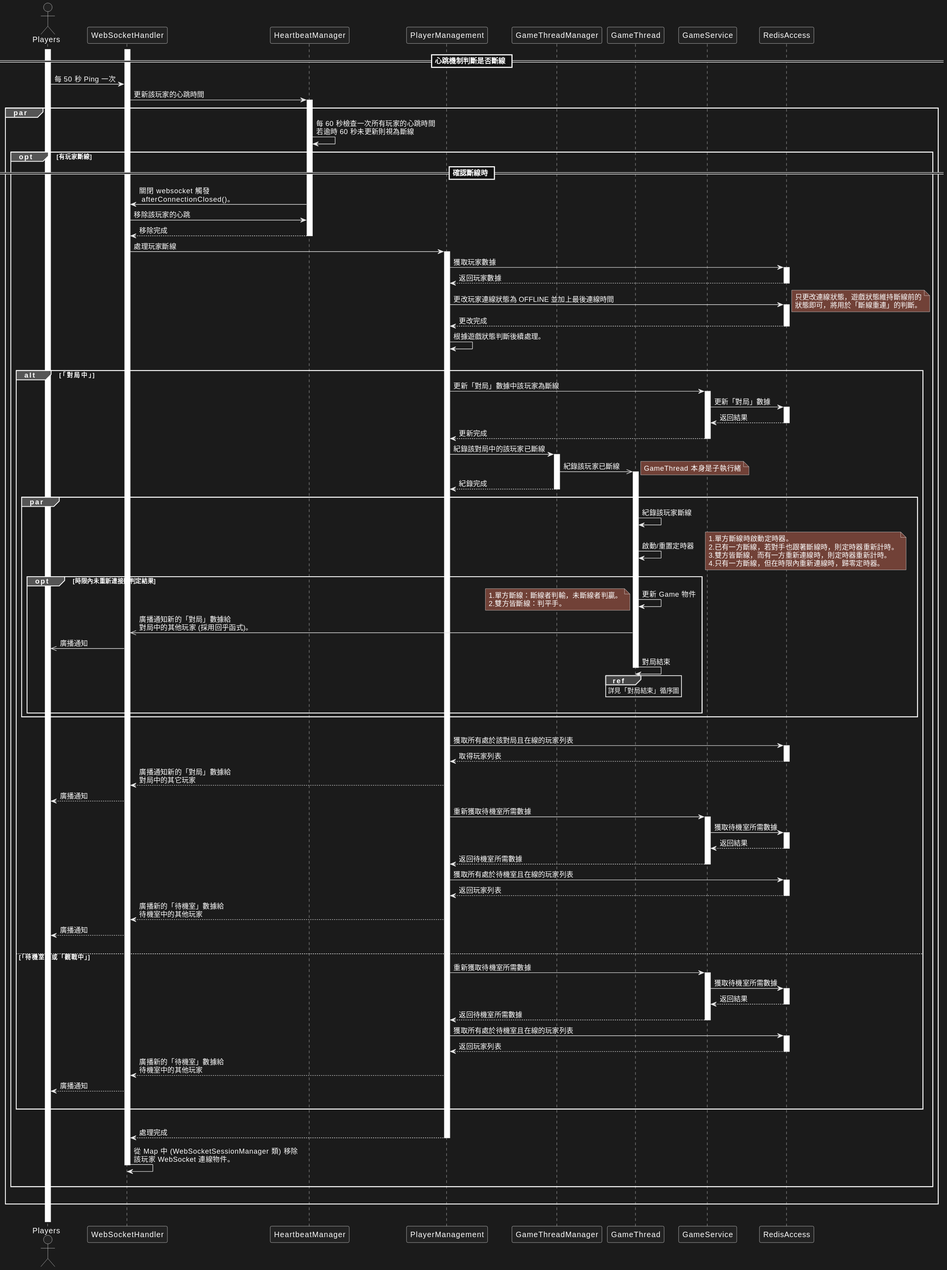
The PlantUML diagram docs/images/SequenceDiagram(8).svg in LYH-94/reversi_online, before a commit. Its diagram source:
```plantuml
@startuml

actor Players
participant "WebSocketHandler" as WebSocketHandler
participant "HeartbeatManager" as HeartbeatManager
participant "PlayerManagement" as PlayerManagement
participant "GameThreadManager" as GameThreadManager
participant "GameThread" as GameThread
participant "GameService" as GameService
participant "RedisAccess" as RedisAccess

== 心跳機制判斷是否斷線 ==
Players ++
WebSocketHandler ++
Players -> WebSocketHandler : 每 50 秒 Ping 一次
WebSocketHandler -> HeartbeatManager ++ : 更新該玩家的心跳時間

par
    HeartbeatManager -> HeartbeatManager : 每 60 秒檢查一次所有玩家的心跳時間\n若逾時 60 秒未更新則視為斷線

    opt 有玩家斷線
        == 確認斷線時 ==
        WebSocketHandler <- HeartbeatManager : 關閉 websocket 觸發\n afterConnectionClosed()。
        WebSocketHandler -> HeartbeatManager : 移除該玩家的心跳
        WebSocketHandler <-- HeartbeatManager -- : 移除完成

        WebSocketHandler -> PlayerManagement : 處理玩家斷線
        PlayerManagement ++
        PlayerManagement -> RedisAccess ++ : 獲取玩家數據
        PlayerManagement <-- RedisAccess -- : 返回玩家數據
        PlayerManagement -> RedisAccess ++ : 更改玩家連線狀態為 OFFLINE 並加上最後連線時間
        note right : 只更改連線狀態，遊戲狀態維持斷線前的\n狀態即可，將用於「斷線重連」的判斷。
        PlayerManagement <-- RedisAccess -- : 更改完成

        PlayerManagement -> PlayerManagement : 根據遊戲狀態判斷後續處理。

        |||
        alt 「對局中」
            PlayerManagement -> GameService ++ : 更新「對局」數據中該玩家為斷線
            GameService -> RedisAccess ++ : 更新「對局」數據
            GameService <-- RedisAccess -- : 返回結果
            PlayerManagement <-- GameService -- : 更新完成

            PlayerManagement -> GameThreadManager ++ : 紀錄該對局中的該玩家已斷線
            GameThreadManager ->> GameThread ++ : 紀錄該玩家已斷線
            note right : GameThread 本身是子執行緒
            PlayerManagement <-- GameThreadManager -- : 紀錄完成
            par
                GameThread -> GameThread : 紀錄該玩家斷線
                GameThread -> GameThread : 啟動/重置定時器
                note right : 1.單方斷線時啟動定時器。\n2.已有一方斷線，若對手也跟著斷線時，則定時器重新計時。\n3.雙方皆斷線，而有一方重新連線時，則定時器重新計時。\n4.只有一方斷線，但在時限內重新連線時，歸零定時器。

                opt 時限內未重新連接則判定結果
                    GameThread -> GameThread : 更新 Game 物件
                    note left : 1.單方斷線：斷線者判輸，未斷線者判贏。\n2.雙方皆斷線：判平手。

                    GameThread ->> WebSocketHandler : 廣播通知新的「對局」數據給\n對局中的其他玩家 (採用回乎函式)。
                    WebSocketHandler  ->> Players : 廣播通知
                    GameThread -> GameThread -- : 對局結束
                    ref over GameThread : 詳見「對局結束」循序圖
                |||
                end
            end
            |||

            PlayerManagement -> RedisAccess ++ : 獲取所有處於該對局且在線的玩家列表
            PlayerManagement <-- RedisAccess -- : 取得玩家列表
            PlayerManagement --> WebSocketHandler : 廣播通知新的「對局」數據給\n對局中的其它玩家
            WebSocketHandler --> Players : 廣播通知

            PlayerManagement -> GameService ++ : 重新獲取待機室所需數據
            GameService -> RedisAccess ++ : 獲取待機室所需數據
            GameService <-- RedisAccess -- : 返回結果
            PlayerManagement <-- GameService -- : 返回待機室所需數據
            PlayerManagement -> RedisAccess ++ : 獲取所有處於待機室且在線的玩家列表
            PlayerManagement <-- RedisAccess -- : 返回玩家列表
            PlayerManagement --> WebSocketHandler : 廣播新的「待機室」數據給\n待機室中的其他玩家
            WebSocketHandler --> Players : 廣播通知
            |||
        else 「待機室」或「觀戰中」
            PlayerManagement -> GameService ++ : 重新獲取待機室所需數據
            GameService -> RedisAccess ++ : 獲取待機室所需數據
            GameService <-- RedisAccess -- : 返回結果
            PlayerManagement <-- GameService -- : 返回待機室所需數據
            PlayerManagement -> RedisAccess ++ : 獲取所有處於待機室且在線的玩家列表
            PlayerManagement <-- RedisAccess -- : 返回玩家列表
            PlayerManagement --> WebSocketHandler : 廣播新的「待機室」數據給\n待機室中的其他玩家
            WebSocketHandler --> Players : 廣播通知
            |||
        end
        |||
        WebSocketHandler <-- PlayerManagement -- : 處理完成
        WebSocketHandler -> WebSocketHandler -- : 從 Map 中 (WebSocketSessionManager 類) 移除\n該玩家 WebSocket 連線物件。
        |||
    end
    |||
end
|||
@enduml
```
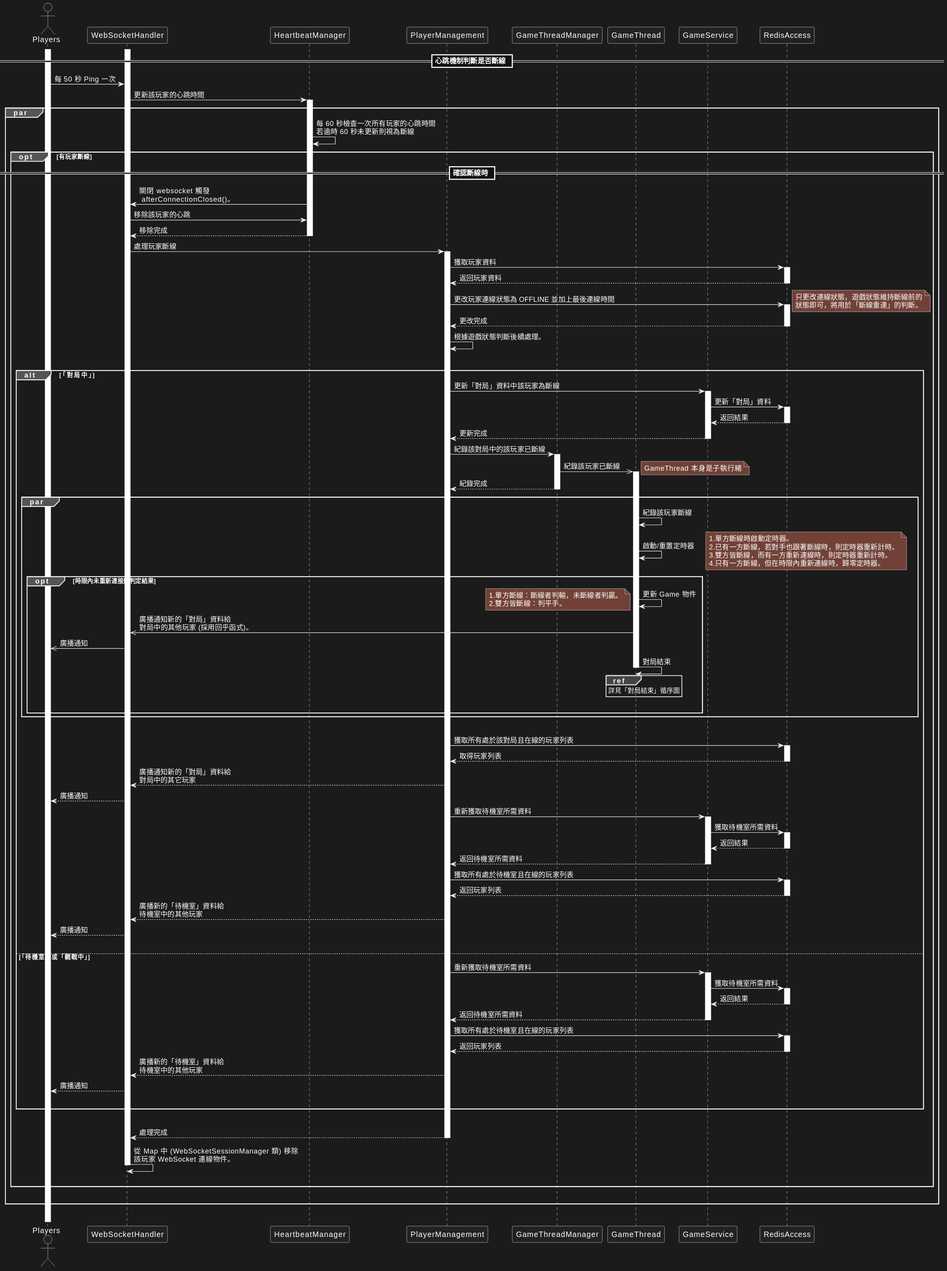
After the change.

The edit, as a diff of the source:
```diff
@@ -26,8 +26,8 @@
 
         WebSocketHandler -> PlayerManagement : 處理玩家斷線
         PlayerManagement ++
-        PlayerManagement -> RedisAccess ++ : 獲取玩家數據
-        PlayerManagement <-- RedisAccess -- : 返回玩家數據
+        PlayerManagement -> RedisAccess ++ : 獲取玩家資料
+        PlayerManagement <-- RedisAccess -- : 返回玩家資料
         PlayerManagement -> RedisAccess ++ : 更改玩家連線狀態為 OFFLINE 並加上最後連線時間
         note right : 只更改連線狀態，遊戲狀態維持斷線前的\n狀態即可，將用於「斷線重連」的判斷。
         PlayerManagement <-- RedisAccess -- : 更改完成
@@ -36,8 +36,8 @@
 
         |||
         alt 「對局中」
-            PlayerManagement -> GameService ++ : 更新「對局」數據中該玩家為斷線
-            GameService -> RedisAccess ++ : 更新「對局」數據
+            PlayerManagement -> GameService ++ : 更新「對局」資料中該玩家為斷線
+            GameService -> RedisAccess ++ : 更新「對局」資料
             GameService <-- RedisAccess -- : 返回結果
             PlayerManagement <-- GameService -- : 更新完成
 
@@ -54,7 +54,7 @@
                     GameThread -> GameThread : 更新 Game 物件
                     note left : 1.單方斷線：斷線者判輸，未斷線者判贏。\n2.雙方皆斷線：判平手。
 
-                    GameThread ->> WebSocketHandler : 廣播通知新的「對局」數據給\n對局中的其他玩家 (採用回乎函式)。
+                    GameThread ->> WebSocketHandler : 廣播通知新的「對局」資料給\n對局中的其他玩家 (採用回乎函式)。
                     WebSocketHandler  ->> Players : 廣播通知
                     GameThread -> GameThread -- : 對局結束
                     ref over GameThread : 詳見「對局結束」循序圖
@@ -65,26 +65,26 @@
 
             PlayerManagement -> RedisAccess ++ : 獲取所有處於該對局且在線的玩家列表
             PlayerManagement <-- RedisAccess -- : 取得玩家列表
-            PlayerManagement --> WebSocketHandler : 廣播通知新的「對局」數據給\n對局中的其它玩家
+            PlayerManagement --> WebSocketHandler : 廣播通知新的「對局」資料給\n對局中的其它玩家
             WebSocketHandler --> Players : 廣播通知
 
-            PlayerManagement -> GameService ++ : 重新獲取待機室所需數據
-            GameService -> RedisAccess ++ : 獲取待機室所需數據
+            PlayerManagement -> GameService ++ : 重新獲取待機室所需資料
+            GameService -> RedisAccess ++ : 獲取待機室所需資料
             GameService <-- RedisAccess -- : 返回結果
-            PlayerManagement <-- GameService -- : 返回待機室所需數據
+            PlayerManagement <-- GameService -- : 返回待機室所需資料
             PlayerManagement -> RedisAccess ++ : 獲取所有處於待機室且在線的玩家列表
             PlayerManagement <-- RedisAccess -- : 返回玩家列表
-            PlayerManagement --> WebSocketHandler : 廣播新的「待機室」數據給\n待機室中的其他玩家
+            PlayerManagement --> WebSocketHandler : 廣播新的「待機室」資料給\n待機室中的其他玩家
             WebSocketHandler --> Players : 廣播通知
             |||
         else 「待機室」或「觀戰中」
-            PlayerManagement -> GameService ++ : 重新獲取待機室所需數據
-            GameService -> RedisAccess ++ : 獲取待機室所需數據
+            PlayerManagement -> GameService ++ : 重新獲取待機室所需資料
+            GameService -> RedisAccess ++ : 獲取待機室所需資料
             GameService <-- RedisAccess -- : 返回結果
-            PlayerManagement <-- GameService -- : 返回待機室所需數據
+            PlayerManagement <-- GameService -- : 返回待機室所需資料
             PlayerManagement -> RedisAccess ++ : 獲取所有處於待機室且在線的玩家列表
             PlayerManagement <-- RedisAccess -- : 返回玩家列表
-            PlayerManagement --> WebSocketHandler : 廣播新的「待機室」數據給\n待機室中的其他玩家
+            PlayerManagement --> WebSocketHandler : 廣播新的「待機室」資料給\n待機室中的其他玩家
             WebSocketHandler --> Players : 廣播通知
             |||
         end
```
